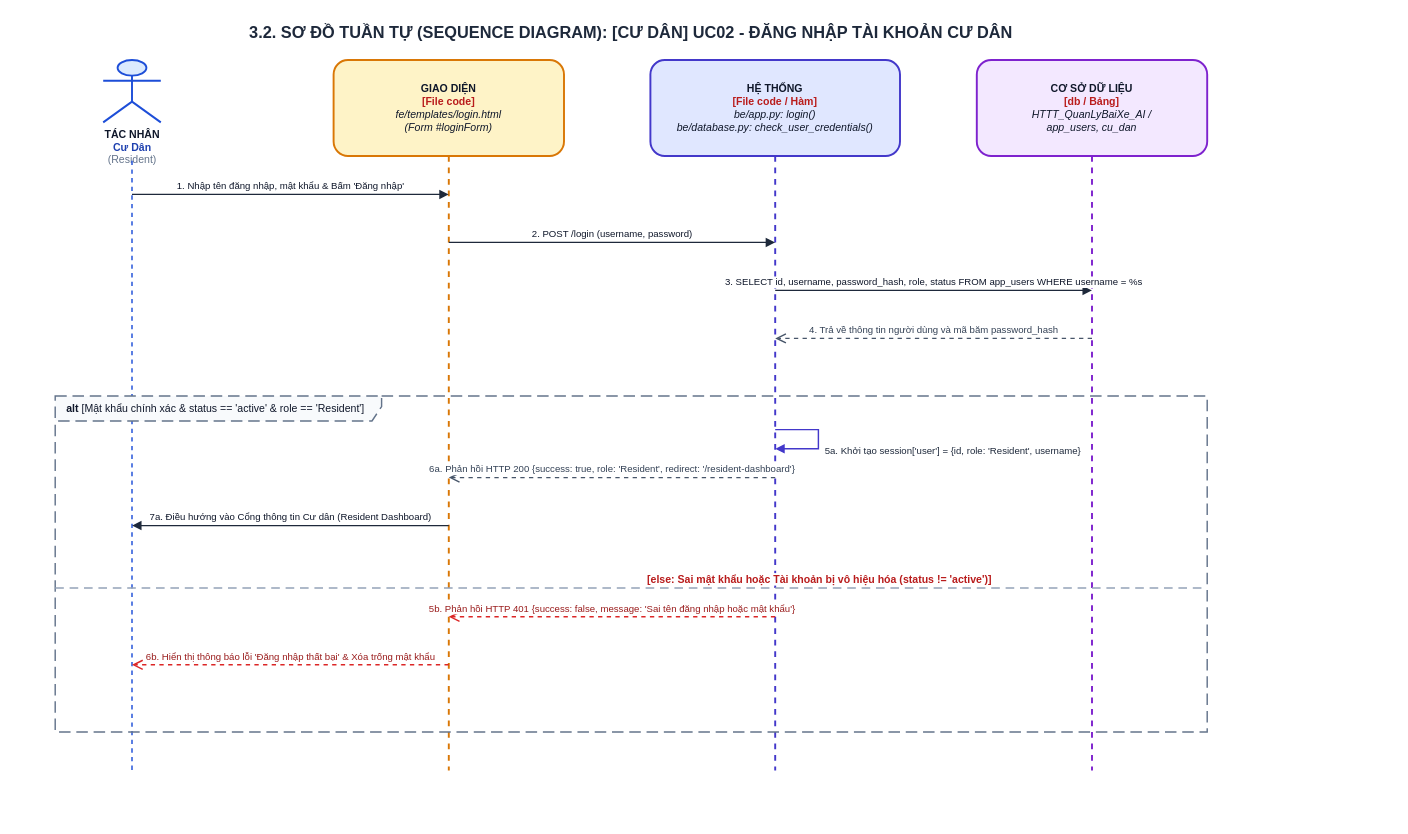
Earlier version of the draw.io diagram ongthanquoctruong_24CT2_cnpm/docs/drawio/uc02_resident_login.drawio (Truong027/CNPM24). Source tidied: cells renumbered, new cells numbered last; positions are measured from the earlier drawing's top-left corner, leaving out a move shared by most shapes. Both pictures are drawn from the tidied source at 96%, with x=0, y=0 at pixel (16, 16).
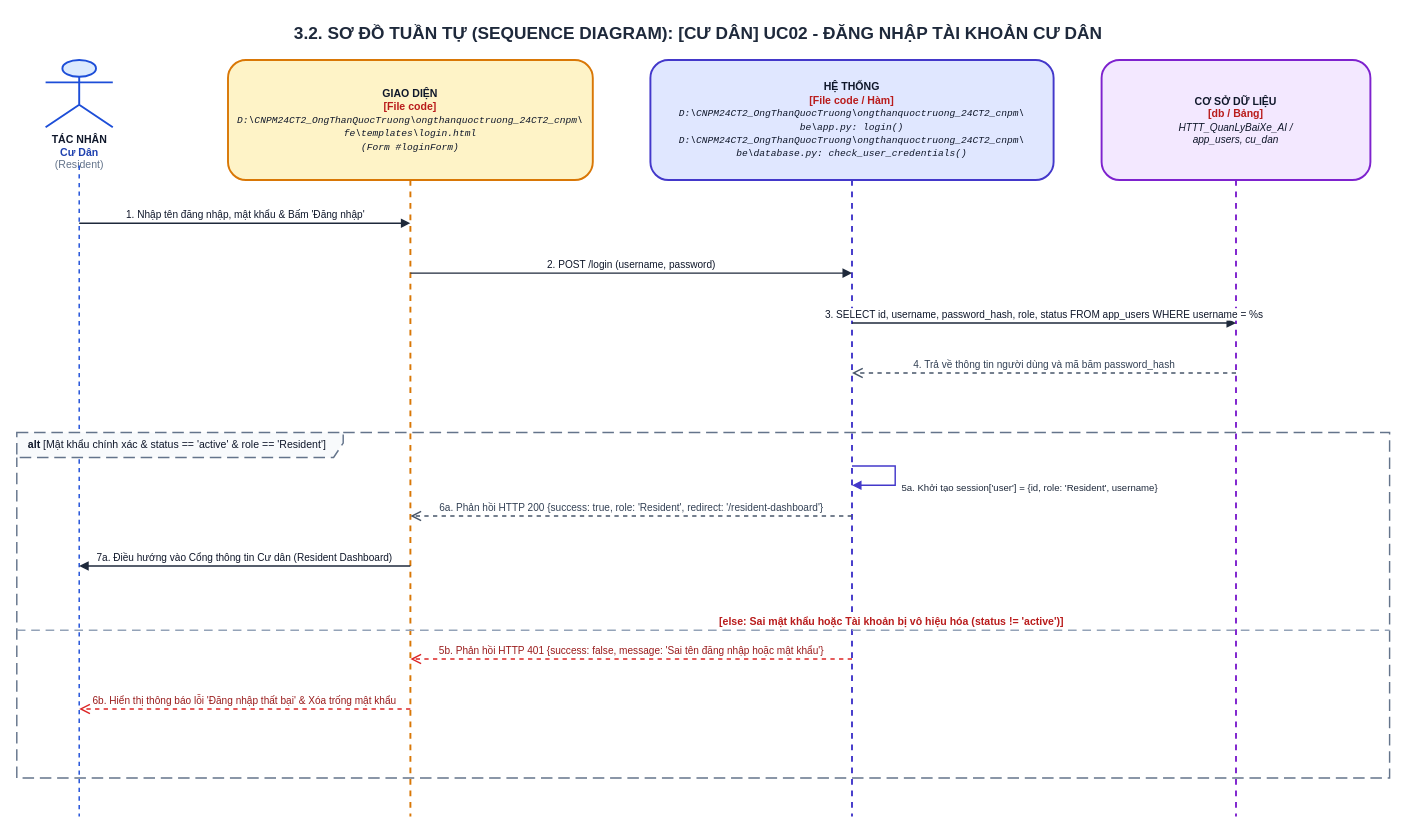
The same page after the edit.

Diff of the diagram source:
```diff
@@
-    <mxCell id="2" value="&lt;b&gt;3.2. SƠ ĐỒ TUẦN TỰ (SEQUENCE DIAGRAM): [CƯ DÂN] UC02 - ĐĂNG NHẬP TÀI KHOẢN CƯ DÂN&lt;/b&gt;" style="text;html=1;strokeColor=none;fillColor=none;align=center;verticalAlign=middle;whiteSpace=wrap;rounded=0;fontSize=17;fontColor=#1E293B;fontStyle=1;" parent="1" vertex="1">
-      <mxGeometry width="1280" height="35" as="geometry" />
+    <mxCell id="2" value="&lt;b&gt;3.2. SƠ ĐỒ TUẦN TỰ (SEQUENCE DIAGRAM): [CƯ DÂN] UC02 - ĐĂNG NHẬP TÀI KHOẢN CƯ DÂN&lt;/b&gt;" style="text;html=1;strokeColor=none;fillColor=none;align=center;verticalAlign=middle;whiteSpace=wrap;rounded=0;fontSize=18;fontColor=#1E293B;fontStyle=1;" parent="1" vertex="1">
+      <mxGeometry width="1420" height="35" as="geometry" />
     </mxCell>
     <mxCell id="3" value="&lt;b&gt;TÁC NHÂN&lt;/b&gt;&lt;br/&gt;&lt;font color='#1E40AF'&gt;&lt;b&gt;Cư Dân&lt;/b&gt;&lt;/font&gt;&lt;br/&gt;&lt;font color='#64748B'&gt;(Resident)&lt;/font&gt;" style="shape=umlActor;verticalLabelPosition=bottom;verticalAlign=top;html=1;fillColor=#DBEAFE;strokeColor=#1D4ED8;strokeWidth=2;fontSize=11;fontColor=#0F172A;align=center;" parent="1" vertex="1">
-      <mxGeometry x="90" y="45" width="60" height="65" as="geometry" />
+      <mxGeometry x="30" y="45" width="70" height="70" as="geometry" />
     </mxCell>
     <mxCell id="4" style="endArrow=none;dashed=1;html=1;strokeWidth=1.5;strokeColor=#1D4ED8;" parent="1" edge="1">
       <mxGeometry relative="1" as="geometry">
-        <mxPoint x="120" y="150" as="sourcePoint" />
-        <mxPoint x="120" y="785" as="targetPoint" />
+        <mxPoint x="65" y="155" as="sourcePoint" />
+        <mxPoint x="65" y="833" as="targetPoint" />
       </mxGeometry>
     </mxCell>
-    <mxCell id="5" value="&lt;b&gt;GIAO DIỆN&lt;/b&gt;&lt;br/&gt;&lt;font color='#B91C1C'&gt;&lt;b&gt;[File code]&lt;/b&gt;&lt;/font&gt;&lt;br/&gt;&lt;i&gt;fe/templates/login.html&lt;br/&gt;(Form #loginForm)&lt;/i&gt;" style="shape=umlLifeline;perimeter=lifelinePerimeter;whiteSpace=wrap;html=1;size=100;fillColor=#FEF3C7;strokeColor=#D97706;strokeWidth=2;fontColor=#0F172A;rounded=1;shadow=0;fontSize=11;align=center;" parent="1" vertex="1">
-      <mxGeometry x="330" y="45" width="240" height="740" as="geometry" />
+    <mxCell id="5" value="&lt;b&gt;GIAO DIỆN&lt;/b&gt;&lt;br/&gt;&lt;font color='#B91C1C'&gt;&lt;b&gt;[File code]&lt;/b&gt;&lt;/font&gt;&lt;br/&gt;&lt;font style='font-size: 10px; font-family: Consolas, monospace;'&gt;&lt;i&gt;D:\CNPM24CT2_OngThanQuocTruong\ongthanquoctruong_24CT2_cnpm\&lt;br/&gt;fe\templates\login.html&lt;br/&gt;(Form #loginForm)&lt;/i&gt;&lt;/font&gt;" style="shape=umlLifeline;perimeter=lifelinePerimeter;whiteSpace=wrap;html=1;size=125;fillColor=#FEF3C7;strokeColor=#D97706;strokeWidth=2;fontColor=#0F172A;rounded=1;shadow=0;fontSize=11;align=center;" parent="1" vertex="1">
+      <mxGeometry x="220" y="45" width="380" height="788" as="geometry" />
     </mxCell>
-    <mxCell id="6" value="&lt;b&gt;HỆ THỐNG&lt;/b&gt;&lt;br/&gt;&lt;font color='#B91C1C'&gt;&lt;b&gt;[File code / Hàm]&lt;/b&gt;&lt;/font&gt;&lt;br/&gt;&lt;i&gt;be/app.py: login()&lt;br/&gt;be/database.py: check_user_credentials()&lt;/i&gt;" style="shape=umlLifeline;perimeter=lifelinePerimeter;whiteSpace=wrap;html=1;size=100;fillColor=#E0E7FF;strokeColor=#4338CA;strokeWidth=2;fontColor=#0F172A;rounded=1;shadow=0;fontSize=11;align=center;" parent="1" vertex="1">
-      <mxGeometry x="660" y="45" width="260" height="740" as="geometry" />
+    <mxCell id="6" value="&lt;b&gt;HỆ THỐNG&lt;/b&gt;&lt;br/&gt;&lt;font color='#B91C1C'&gt;&lt;b&gt;[File code / Hàm]&lt;/b&gt;&lt;/font&gt;&lt;br/&gt;&lt;font style='font-size: 10px; font-family: Consolas, monospace;'&gt;&lt;i&gt;D:\CNPM24CT2_OngThanQuocTruong\ongthanquoctruong_24CT2_cnpm\&lt;br/&gt;be\app.py: login()&lt;br/&gt;D:\CNPM24CT2_OngThanQuocTruong\ongthanquoctruong_24CT2_cnpm\&lt;br/&gt;be\database.py: check_user_credentials()&lt;/i&gt;&lt;/font&gt;" style="shape=umlLifeline;perimeter=lifelinePerimeter;whiteSpace=wrap;html=1;size=125;fillColor=#E0E7FF;strokeColor=#4338CA;strokeWidth=2;fontColor=#0F172A;rounded=1;shadow=0;fontSize=11;align=center;" parent="1" vertex="1">
+      <mxGeometry x="660" y="45" width="420" height="788" as="geometry" />
     </mxCell>
-    <mxCell id="7" value="&lt;b&gt;CƠ SỞ DỮ LIỆU&lt;/b&gt;&lt;br/&gt;&lt;font color='#B91C1C'&gt;&lt;b&gt;[db / Bảng]&lt;/b&gt;&lt;/font&gt;&lt;br/&gt;&lt;i&gt;HTTT_QuanLyBaiXe_AI /&lt;br/&gt;app_users, cu_dan&lt;/i&gt;" style="shape=umlLifeline;perimeter=lifelinePerimeter;whiteSpace=wrap;html=1;size=100;fillColor=#F3E8FF;strokeColor=#7E22CE;strokeWidth=2;fontColor=#0F172A;rounded=1;shadow=0;fontSize=11;align=center;" parent="1" vertex="1">
-      <mxGeometry x="1000" y="45" width="240" height="740" as="geometry" />
+    <mxCell id="7" value="&lt;b&gt;CƠ SỞ DỮ LIỆU&lt;/b&gt;&lt;br/&gt;&lt;font color='#B91C1C'&gt;&lt;b&gt;[db / Bảng]&lt;/b&gt;&lt;/font&gt;&lt;br/&gt;&lt;font style='font-size: 10.5px;'&gt;&lt;i&gt;HTTT_QuanLyBaiXe_AI /&lt;br/&gt;app_users, cu_dan&lt;/i&gt;&lt;/font&gt;" style="shape=umlLifeline;perimeter=lifelinePerimeter;whiteSpace=wrap;html=1;size=125;fillColor=#F3E8FF;strokeColor=#7E22CE;strokeWidth=2;fontColor=#0F172A;rounded=1;shadow=0;fontSize=11;align=center;" parent="1" vertex="1">
+      <mxGeometry x="1130" y="45" width="280" height="788" as="geometry" />
     </mxCell>
-    <mxCell id="8" value="1. Nhập tên đăng nhập, mật khẩu &amp; Bấm 'Đăng nhập'" style="html=1;verticalAlign=bottom;endArrow=block;rounded=0;strokeColor=#1E293B;strokeWidth=1.5;fontColor=#0F172A;fontSize=10;" parent="1" edge="1">
+    <mxCell id="8" value="1. Nhập tên đăng nhập, mật khẩu &amp; Bấm 'Đăng nhập'" style="html=1;verticalAlign=bottom;endArrow=block;rounded=0;strokeColor=#1E293B;strokeWidth=1.5;fontColor=#0F172A;fontSize=10.5;" parent="1" edge="1">
       <mxGeometry relative="1" as="geometry">
-        <mxPoint x="120" y="185" as="sourcePoint" />
-        <mxPoint x="450" y="185" as="targetPoint" />
+        <mxPoint x="65" y="215" as="sourcePoint" />
+        <mxPoint x="410" y="215" as="targetPoint" />
       </mxGeometry>
     </mxCell>
-    <mxCell id="9" value="2. POST /login (username, password)" style="html=1;verticalAlign=bottom;endArrow=block;rounded=0;strokeColor=#1E293B;strokeWidth=1.5;fontColor=#0F172A;fontSize=10;" parent="1" edge="1">
+    <mxCell id="9" value="2. POST /login (username, password)" style="html=1;verticalAlign=bottom;endArrow=block;rounded=0;strokeColor=#1E293B;strokeWidth=1.5;fontColor=#0F172A;fontSize=10.5;" parent="1" edge="1">
       <mxGeometry relative="1" as="geometry">
-        <mxPoint x="450" y="235" as="sourcePoint" />
-        <mxPoint x="790" y="235" as="targetPoint" />
+        <mxPoint x="410" y="267" as="sourcePoint" />
+        <mxPoint x="870" y="267" as="targetPoint" />
       </mxGeometry>
     </mxCell>
-    <mxCell id="10" value="3. SELECT id, username, password_hash, role, status FROM app_users WHERE username = %s" style="html=1;verticalAlign=bottom;endArrow=block;rounded=0;strokeColor=#1E293B;strokeWidth=1.5;fontColor=#0F172A;fontSize=10;" parent="1" edge="1">
+    <mxCell id="10" value="3. SELECT id, username, password_hash, role, status FROM app_users WHERE username = %s" style="html=1;verticalAlign=bottom;endArrow=block;rounded=0;strokeColor=#1E293B;strokeWidth=1.5;fontColor=#0F172A;fontSize=10.5;" parent="1" edge="1">
       <mxGeometry relative="1" as="geometry">
-        <mxPoint x="790" y="285" as="sourcePoint" />
-        <mxPoint x="1120" y="285" as="targetPoint" />
+        <mxPoint x="870" y="319" as="sourcePoint" />
+        <mxPoint x="1270" y="319" as="targetPoint" />
       </mxGeometry>
     </mxCell>
-    <mxCell id="11" value="4. Trả về thông tin người dùng và mã băm password_hash" style="html=1;verticalAlign=bottom;endArrow=open;dashed=1;endSize=8;rounded=0;strokeColor=#475569;strokeWidth=1.5;fontColor=#334155;fontSize=10;" parent="1" edge="1">
+    <mxCell id="11" value="4. Trả về thông tin người dùng và mã băm password_hash" style="html=1;verticalAlign=bottom;endArrow=open;dashed=1;endSize=8;rounded=0;strokeColor=#475569;strokeWidth=1.5;fontColor=#334155;fontSize=10.5;" parent="1" edge="1">
       <mxGeometry relative="1" as="geometry">
-        <mxPoint x="1120" y="335" as="sourcePoint" />
-        <mxPoint x="790" y="335" as="targetPoint" />
+        <mxPoint x="1270" y="371" as="sourcePoint" />
+        <mxPoint x="870" y="371" as="targetPoint" />
       </mxGeometry>
     </mxCell>
     <mxCell id="12" value="&lt;b&gt;alt&lt;/b&gt; [Mật khẩu chính xác &amp; status == 'active' &amp; role == 'Resident']" style="shape=umlFrame;whiteSpace=wrap;html=1;width=340;height=26;dashed=1;dashPattern=8 4;strokeColor=#64748B;fillColor=#F8FAFC;strokeWidth=1.5;align=left;spacingLeft=10;verticalAlign=top;fontStyle=0;fontSize=11;fontColor=#0F172A;" parent="1" vertex="1">
-      <mxGeometry x="40" y="395" width="1200" height="350" as="geometry" />
+      <mxGeometry y="433" width="1430" height="360" as="geometry" />
     </mxCell>
     <mxCell id="13" value="5a. Khởi tạo session['user'] = {id, role: 'Resident', username}" style="html=1;align=left;spacingLeft=5;verticalAlign=top;endArrow=block;rounded=0;edgeStyle=orthogonalEdgeStyle;curved=0;strokeColor=#4338CA;strokeWidth=1.5;fontColor=#1E293B;fontSize=10;" parent="1" edge="1">
       <mxGeometry relative="1" as="geometry">
-        <mxPoint x="790" y="430" as="sourcePoint" />
-        <mxPoint x="790" y="450" as="targetPoint" />
+        <mxPoint x="870" y="468" as="sourcePoint" />
+        <mxPoint x="870" y="488" as="targetPoint" />
         <Array as="points">
-          <mxPoint x="835" y="430" />
-          <mxPoint x="835" y="450" />
+          <mxPoint x="915" y="468" />
+          <mxPoint x="915" y="488" />
         </Array>
       </mxGeometry>
     </mxCell>
-    <mxCell id="14" value="6a. Phản hồi HTTP 200 {success: true, role: 'Resident', redirect: '/resident-dashboard'}" style="html=1;verticalAlign=bottom;endArrow=open;dashed=1;endSize=8;rounded=0;strokeColor=#475569;strokeWidth=1.5;fontColor=#334155;fontSize=10;" parent="1" edge="1">
+    <mxCell id="14" value="6a. Phản hồi HTTP 200 {success: true, role: 'Resident', redirect: '/resident-dashboard'}" style="html=1;verticalAlign=bottom;endArrow=open;dashed=1;endSize=8;rounded=0;strokeColor=#475569;strokeWidth=1.5;fontColor=#334155;fontSize=10.5;" parent="1" edge="1">
       <mxGeometry relative="1" as="geometry">
-        <mxPoint x="790" y="480" as="sourcePoint" />
-        <mxPoint x="450" y="480" as="targetPoint" />
+        <mxPoint x="870" y="520" as="sourcePoint" />
+        <mxPoint x="410" y="520" as="targetPoint" />
       </mxGeometry>
     </mxCell>
-    <mxCell id="15" value="7a. Điều hướng vào Cổng thông tin Cư dân (Resident Dashboard)" style="html=1;verticalAlign=bottom;endArrow=block;rounded=0;strokeColor=#1E293B;strokeWidth=1.5;fontColor=#0F172A;fontSize=10;" parent="1" edge="1">
+    <mxCell id="15" value="7a. Điều hướng vào Cổng thông tin Cư dân (Resident Dashboard)" style="html=1;verticalAlign=bottom;endArrow=block;rounded=0;strokeColor=#1E293B;strokeWidth=1.5;fontColor=#0F172A;fontSize=10.5;" parent="1" edge="1">
       <mxGeometry relative="1" as="geometry">
-        <mxPoint x="450" y="530" as="sourcePoint" />
-        <mxPoint x="120" y="530" as="targetPoint" />
+        <mxPoint x="410" y="572" as="sourcePoint" />
+        <mxPoint x="65" y="572" as="targetPoint" />
       </mxGeometry>
     </mxCell>
     <mxCell id="16" value="&lt;b&gt;[else: Sai mật khẩu hoặc Tài khoản bị vô hiệu hóa (status != 'active')]&lt;/b&gt;" style="html=1;strokeWidth=1.5;strokeColor=#94A3B8;dashed=1;dashPattern=6 4;endArrow=none;align=left;verticalAlign=bottom;spacingLeft=15;fontColor=#B91C1C;fontSize=11;fontStyle=0;" parent="1" edge="1">
       <mxGeometry relative="1" as="geometry">
-        <mxPoint x="40" y="595" as="sourcePoint" />
-        <mxPoint x="1240" y="595" as="targetPoint" />
+        <mxPoint y="639" as="sourcePoint" />
+        <mxPoint x="1430" y="639" as="targetPoint" />
       </mxGeometry>
     </mxCell>
-    <mxCell id="17" value="5b. Phản hồi HTTP 401 {success: false, message: 'Sai tên đăng nhập hoặc mật khẩu'}" style="html=1;verticalAlign=bottom;endArrow=open;dashed=1;endSize=8;rounded=0;strokeColor=#DC2626;strokeWidth=1.5;fontColor=#991B1B;fontSize=10;" parent="1" edge="1">
+    <mxCell id="17" value="5b. Phản hồi HTTP 401 {success: false, message: 'Sai tên đăng nhập hoặc mật khẩu'}" style="html=1;verticalAlign=bottom;endArrow=open;dashed=1;endSize=8;rounded=0;strokeColor=#DC2626;strokeWidth=1.5;fontColor=#991B1B;fontSize=10.5;" parent="1" edge="1">
       <mxGeometry relative="1" as="geometry">
-        <mxPoint x="790" y="625" as="sourcePoint" />
-        <mxPoint x="450" y="625" as="targetPoint" />
+        <mxPoint x="870" y="669" as="sourcePoint" />
+        <mxPoint x="410" y="669" as="targetPoint" />
       </mxGeometry>
     </mxCell>
-    <mxCell id="18" value="6b. Hiển thị thông báo lỗi 'Đăng nhập thất bại' &amp; Xóa trống mật khẩu" style="html=1;verticalAlign=bottom;endArrow=open;dashed=1;endSize=8;rounded=0;strokeColor=#DC2626;strokeWidth=1.5;fontColor=#991B1B;fontSize=10;" parent="1" edge="1">
+    <mxCell id="18" value="6b. Hiển thị thông báo lỗi 'Đăng nhập thất bại' &amp; Xóa trống mật khẩu" style="html=1;verticalAlign=bottom;endArrow=open;dashed=1;endSize=8;rounded=0;strokeColor=#DC2626;strokeWidth=1.5;fontColor=#991B1B;fontSize=10.5;" parent="1" edge="1">
       <mxGeometry relative="1" as="geometry">
-        <mxPoint x="450" y="675" as="sourcePoint" />
-        <mxPoint x="120" y="675" as="targetPoint" />
+        <mxPoint x="410" y="721" as="sourcePoint" />
+        <mxPoint x="65" y="721" as="targetPoint" />
       </mxGeometry>
     </mxCell>
```
